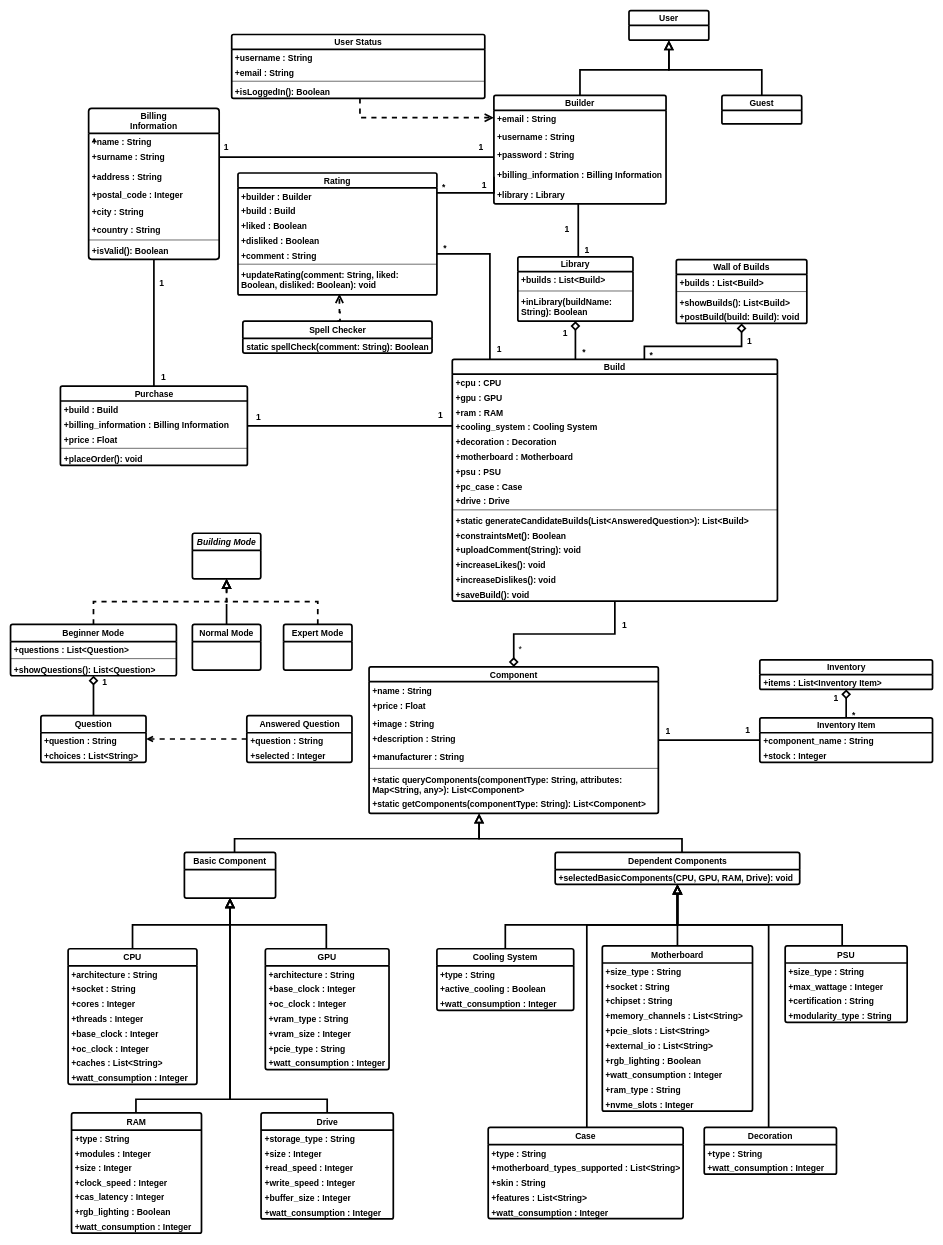
Above: Report Files/4ο Παραδοτέο/Class Diagram v1.0/class_diagram_v1.0.drawio in mpapasterg/click-n-build (draw.io), before the change. Source tidied: cells renumbered, new cells numbered last; positions are measured from the earlier drawing's top-left corner, leaving out a move shared by most shapes. Both pictures are drawn from the tidied source at 57%, with x=0, y=0 at pixel (10, 10).
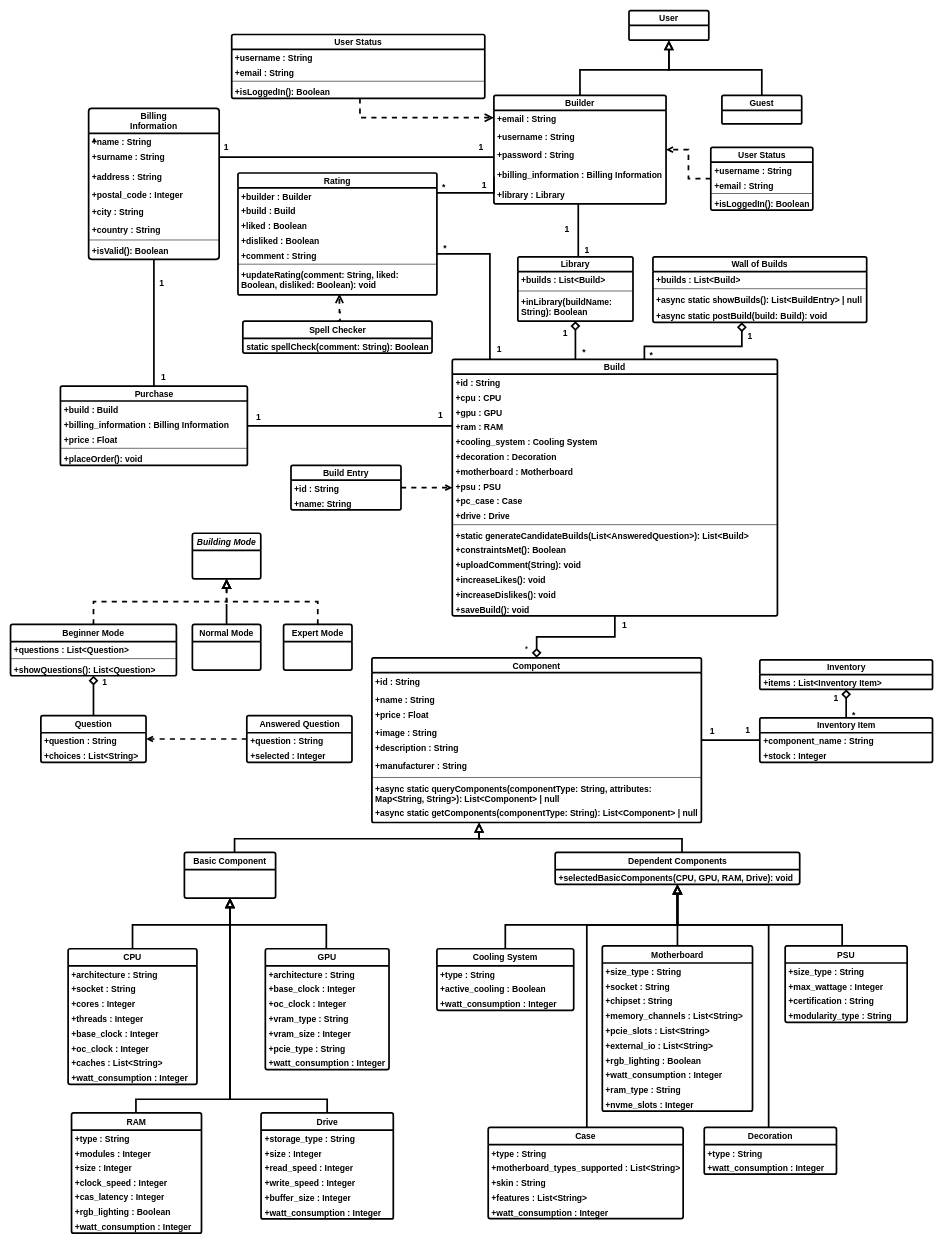
The same diagram, later.

The change refers to these unchanged cells:
```xml
<mxCell id="5" value="Builder" style="swimlane;fontStyle=1;horizontal=1;startSize=26;fillColor=none;whiteSpace=wrap;html=1;rounded=1;shadow=0;dashed=0;strokeColor=#000000;strokeWidth=3;align=center;verticalAlign=middle;arcSize=4;fontFamily=Helvetica;fontSize=15;fontColor=#000000;labelBorderColor=none;labelBackgroundColor=none;textShadow=0;" parent="1" vertex="1">
  <mxGeometry x="848" y="149" width="302" height="190" as="geometry" />
</mxCell>
```

The edit, as a diff of the source:
```diff
@@
     <mxCell id="35" value="Build" style="swimlane;fontStyle=1;horizontal=1;startSize=26;fillColor=none;whiteSpace=wrap;html=1;rounded=1;shadow=0;dashed=0;strokeColor=#000000;strokeWidth=3;align=center;verticalAlign=middle;arcSize=4;fontFamily=Helvetica;fontSize=15;fontColor=#000000;labelBorderColor=none;labelBackgroundColor=none;textShadow=0;" parent="1" vertex="1">
-      <mxGeometry x="775" y="612" width="570.4" height="424" as="geometry" />
+      <mxGeometry x="775" y="612" width="570.4" height="450" as="geometry" />
     </mxCell>
+    <mxCell id="212" value="+id : String" style="text;strokeColor=none;fillColor=none;align=left;verticalAlign=top;spacingLeft=4;spacingRight=4;overflow=hidden;whiteSpace=wrap;html=1;fontFamily=Helvetica;fontSize=15;fontColor=#000000;fontStyle=1;labelBorderColor=none;labelBackgroundColor=none;textShadow=0;" parent="35" vertex="1">
+      <mxGeometry y="26" width="570.4" height="26" as="geometry" />
+    </mxCell>
     <mxCell id="36" value="+cpu : CPU" style="text;strokeColor=none;fillColor=none;align=left;verticalAlign=top;spacingLeft=4;spacingRight=4;overflow=hidden;whiteSpace=wrap;html=1;fontFamily=Helvetica;fontSize=15;fontColor=#000000;fontStyle=1;labelBorderColor=none;labelBackgroundColor=none;textShadow=0;" parent="35" vertex="1">
-      <mxGeometry y="26" width="570.4" height="26" as="geometry" />
+      <mxGeometry y="52" width="570.4" height="26" as="geometry" />
     </mxCell>
     <mxCell id="37" value="+gpu : GPU" style="text;strokeColor=none;fillColor=none;align=left;verticalAlign=top;spacingLeft=4;spacingRight=4;overflow=hidden;whiteSpace=wrap;html=1;fontFamily=Helvetica;fontSize=15;fontColor=#000000;fontStyle=1;labelBorderColor=none;labelBackgroundColor=none;textShadow=0;" parent="35" vertex="1">
-      <mxGeometry y="52" width="570.4" height="26" as="geometry" />
+      <mxGeometry y="78" width="570.4" height="26" as="geometry" />
     </mxCell>
     <mxCell id="38" value="+ram : RAM" style="text;strokeColor=none;fillColor=none;align=left;verticalAlign=top;spacingLeft=4;spacingRight=4;overflow=hidden;whiteSpace=wrap;html=1;fontFamily=Helvetica;fontSize=15;fontColor=#000000;fontStyle=1;labelBorderColor=none;labelBackgroundColor=none;textShadow=0;" parent="35" vertex="1">
-      <mxGeometry y="78" width="570.4" height="26" as="geometry" />
+      <mxGeometry y="104" width="570.4" height="26" as="geometry" />
     </mxCell>
     <mxCell id="39" value="+cooling_system : Cooling System" style="text;strokeColor=none;fillColor=none;align=left;verticalAlign=top;spacingLeft=4;spacingRight=4;overflow=hidden;whiteSpace=wrap;html=1;fontFamily=Helvetica;fontSize=15;fontColor=#000000;fontStyle=1;labelBorderColor=none;labelBackgroundColor=none;textShadow=0;" parent="35" vertex="1">
-      <mxGeometry y="104" width="570.4" height="26" as="geometry" />
+      <mxGeometry y="130" width="570.4" height="26" as="geometry" />
     </mxCell>
     <mxCell id="40" value="+decoration : Decoration" style="text;strokeColor=none;fillColor=none;align=left;verticalAlign=top;spacingLeft=4;spacingRight=4;overflow=hidden;whiteSpace=wrap;html=1;fontFamily=Helvetica;fontSize=15;fontColor=#000000;fontStyle=1;labelBorderColor=none;labelBackgroundColor=none;textShadow=0;" parent="35" vertex="1">
-      <mxGeometry y="130" width="570.4" height="26" as="geometry" />
+      <mxGeometry y="156" width="570.4" height="26" as="geometry" />
     </mxCell>
     <mxCell id="41" value="+motherboard : Motherboard" style="text;strokeColor=none;fillColor=none;align=left;verticalAlign=top;spacingLeft=4;spacingRight=4;overflow=hidden;whiteSpace=wrap;html=1;fontFamily=Helvetica;fontSize=15;fontColor=#000000;fontStyle=1;labelBorderColor=none;labelBackgroundColor=none;textShadow=0;" parent="35" vertex="1">
-      <mxGeometry y="156" width="570.4" height="26" as="geometry" />
+      <mxGeometry y="182" width="570.4" height="26" as="geometry" />
     </mxCell>
     <mxCell id="42" value="+psu : PSU" style="text;strokeColor=none;fillColor=none;align=left;verticalAlign=top;spacingLeft=4;spacingRight=4;overflow=hidden;whiteSpace=wrap;html=1;fontFamily=Helvetica;fontSize=15;fontColor=#000000;fontStyle=1;labelBorderColor=none;labelBackgroundColor=none;textShadow=0;" parent="35" vertex="1">
-      <mxGeometry y="182" width="570.4" height="26" as="geometry" />
+      <mxGeometry y="208" width="570.4" height="26" as="geometry" />
     </mxCell>
     <mxCell id="43" value="+pc_case : Case" style="text;strokeColor=none;fillColor=none;align=left;verticalAlign=top;spacingLeft=4;spacingRight=4;overflow=hidden;whiteSpace=wrap;html=1;fontFamily=Helvetica;fontSize=15;fontColor=#000000;fontStyle=1;labelBorderColor=none;labelBackgroundColor=none;textShadow=0;" parent="35" vertex="1">
-      <mxGeometry y="208" width="570.4" height="26" as="geometry" />
+      <mxGeometry y="234" width="570.4" height="26" as="geometry" />
     </mxCell>
     <mxCell id="44" value="+drive : Drive" style="text;strokeColor=none;fillColor=none;align=left;verticalAlign=top;spacingLeft=4;spacingRight=4;overflow=hidden;whiteSpace=wrap;html=1;fontFamily=Helvetica;fontSize=15;fontColor=#000000;fontStyle=1;labelBorderColor=none;labelBackgroundColor=none;textShadow=0;" parent="35" vertex="1">
-      <mxGeometry y="234" width="570.4" height="26" as="geometry" />
+      <mxGeometry y="260" width="570.4" height="26" as="geometry" />
     </mxCell>
     <mxCell id="45" style="line;strokeWidth=1;fillColor=none;align=left;verticalAlign=middle;spacingTop=-1;spacingLeft=3;spacingRight=3;labelPosition=right;strokeColor=inherit;" parent="35" vertex="1">
-      <mxGeometry y="260" width="570.4" height="8" as="geometry" />
+      <mxGeometry y="286" width="570.4" height="8" as="geometry" />
     </mxCell>
     <mxCell id="46" value="+static generateCandidateBuilds(List&amp;lt;AnsweredQuestion&amp;gt;): List&amp;lt;Build&amp;gt;" style="text;strokeColor=none;fillColor=none;align=left;verticalAlign=top;spacingLeft=4;spacingRight=4;overflow=hidden;whiteSpace=wrap;html=1;fontFamily=Helvetica;fontSize=15;fontColor=#000000;fontStyle=1;labelBorderColor=none;labelBackgroundColor=none;textShadow=0;" parent="35" vertex="1">
-      <mxGeometry y="268" width="570.4" height="26" as="geometry" />
+      <mxGeometry y="294" width="570.4" height="26" as="geometry" />
     </mxCell>
     <mxCell id="47" value="+constraintsMet(): Boolean" style="text;strokeColor=none;fillColor=none;align=left;verticalAlign=top;spacingLeft=4;spacingRight=4;overflow=hidden;whiteSpace=wrap;html=1;fontFamily=Helvetica;fontSize=15;fontColor=#000000;fontStyle=1;labelBorderColor=none;labelBackgroundColor=none;textShadow=0;" parent="35" vertex="1">
-      <mxGeometry y="294" width="570.4" height="26" as="geometry" />
+      <mxGeometry y="320" width="570.4" height="26" as="geometry" />
     </mxCell>
     <mxCell id="48" value="+uploadComment(String): void" style="text;strokeColor=none;fillColor=none;align=left;verticalAlign=top;spacingLeft=4;spacingRight=4;overflow=hidden;whiteSpace=wrap;html=1;fontFamily=Helvetica;fontSize=15;fontColor=#000000;fontStyle=1;labelBorderColor=none;labelBackgroundColor=none;textShadow=0;" parent="35" vertex="1">
-      <mxGeometry y="320" width="570.4" height="26" as="geometry" />
+      <mxGeometry y="346" width="570.4" height="26" as="geometry" />
     </mxCell>
     <mxCell id="49" value="+increaseLikes(): void" style="text;strokeColor=none;fillColor=none;align=left;verticalAlign=top;spacingLeft=4;spacingRight=4;overflow=hidden;whiteSpace=wrap;html=1;fontFamily=Helvetica;fontSize=15;fontColor=#000000;fontStyle=1;labelBorderColor=none;labelBackgroundColor=none;textShadow=0;" parent="35" vertex="1">
-      <mxGeometry y="346" width="570.4" height="26" as="geometry" />
+      <mxGeometry y="372" width="570.4" height="26" as="geometry" />
     </mxCell>
     <mxCell id="50" value="+increaseDislikes(): void" style="text;strokeColor=none;fillColor=none;align=left;verticalAlign=top;spacingLeft=4;spacingRight=4;overflow=hidden;whiteSpace=wrap;html=1;fontFamily=Helvetica;fontSize=15;fontColor=#000000;fontStyle=1;labelBorderColor=none;labelBackgroundColor=none;textShadow=0;" parent="35" vertex="1">
-      <mxGeometry y="372" width="570.4" height="26" as="geometry" />
+      <mxGeometry y="398" width="570.4" height="26" as="geometry" />
     </mxCell>
     <mxCell id="51" value="+saveBuild(): void" style="text;strokeColor=none;fillColor=none;align=left;verticalAlign=top;spacingLeft=4;spacingRight=4;overflow=hidden;whiteSpace=wrap;html=1;fontFamily=Helvetica;fontSize=15;fontColor=#000000;fontStyle=1;labelBorderColor=none;labelBackgroundColor=none;textShadow=0;" parent="35" vertex="1">
-      <mxGeometry y="398" width="570.4" height="26" as="geometry" />
+      <mxGeometry y="424" width="570.4" height="26" as="geometry" />
     </mxCell>
@@
     <mxCell id="53" value="Component" style="swimlane;fontStyle=1;horizontal=1;startSize=26;fillColor=none;whiteSpace=wrap;html=1;rounded=1;shadow=0;dashed=0;strokeColor=#000000;strokeWidth=3;align=center;verticalAlign=middle;arcSize=4;fontFamily=Helvetica;fontSize=15;fontColor=#000000;labelBorderColor=none;labelBackgroundColor=none;textShadow=0;" parent="1" vertex="1">
-      <mxGeometry x="629" y="1151.5" width="507.5" height="257" as="geometry" />
+      <mxGeometry x="634" y="1135.5" width="578" height="289" as="geometry" />
     </mxCell>
+    <mxCell id="213" value="+id : String" style="text;strokeColor=none;fillColor=none;align=left;verticalAlign=top;spacingLeft=4;spacingRight=4;overflow=hidden;whiteSpace=wrap;html=1;fontFamily=Helvetica;fontSize=15;fontColor=#000000;fontStyle=1;labelBorderColor=none;labelBackgroundColor=none;textShadow=0;" parent="53" vertex="1">
+      <mxGeometry y="26" width="578" height="32" as="geometry" />
+    </mxCell>
     <mxCell id="54" value="+name : String" style="text;strokeColor=none;fillColor=none;align=left;verticalAlign=top;spacingLeft=4;spacingRight=4;overflow=hidden;whiteSpace=wrap;html=1;fontFamily=Helvetica;fontSize=15;fontColor=#000000;fontStyle=1;labelBorderColor=none;labelBackgroundColor=none;textShadow=0;" parent="53" vertex="1">
-      <mxGeometry y="26" width="507.5" height="26" as="geometry" />
+      <mxGeometry y="58" width="578" height="26" as="geometry" />
     </mxCell>
     <mxCell id="55" value="+price : Float" style="text;strokeColor=none;fillColor=none;align=left;verticalAlign=top;spacingLeft=4;spacingRight=4;overflow=hidden;whiteSpace=wrap;html=1;fontFamily=Helvetica;fontSize=15;fontColor=#000000;fontStyle=1;labelBorderColor=none;labelBackgroundColor=none;textShadow=0;" parent="53" vertex="1">
-      <mxGeometry y="52" width="507.5" height="32" as="geometry" />
+      <mxGeometry y="84" width="578" height="32" as="geometry" />
     </mxCell>
     <mxCell id="56" value="+image : String" style="text;strokeColor=none;fillColor=none;align=left;verticalAlign=top;spacingLeft=4;spacingRight=4;overflow=hidden;whiteSpace=wrap;html=1;fontFamily=Helvetica;fontSize=15;fontColor=#000000;fontStyle=1;labelBorderColor=none;labelBackgroundColor=none;textShadow=0;" parent="53" vertex="1">
-      <mxGeometry y="84" width="507.5" height="26" as="geometry" />
+      <mxGeometry y="116" width="578" height="26" as="geometry" />
     </mxCell>
     <mxCell id="57" value="+description : String" style="text;strokeColor=none;fillColor=none;align=left;verticalAlign=top;spacingLeft=4;spacingRight=4;overflow=hidden;whiteSpace=wrap;html=1;fontFamily=Helvetica;fontSize=15;fontColor=#000000;fontStyle=1;labelBorderColor=none;labelBackgroundColor=none;textShadow=0;" parent="53" vertex="1">
-      <mxGeometry y="110" width="507.5" height="32" as="geometry" />
+      <mxGeometry y="142" width="578" height="32" as="geometry" />
     </mxCell>
     <mxCell id="58" value="+manufacturer : String" style="text;strokeColor=none;fillColor=none;align=left;verticalAlign=top;spacingLeft=4;spacingRight=4;overflow=hidden;whiteSpace=wrap;html=1;fontFamily=Helvetica;fontSize=15;fontColor=#000000;fontStyle=1;labelBorderColor=none;labelBackgroundColor=none;textShadow=0;" parent="53" vertex="1">
-      <mxGeometry y="142" width="507.5" height="32" as="geometry" />
+      <mxGeometry y="174" width="578" height="32" as="geometry" />
     </mxCell>
     <mxCell id="59" style="line;strokeWidth=1;fillColor=none;align=left;verticalAlign=middle;spacingTop=-1;spacingLeft=3;spacingRight=3;labelPosition=right;strokeColor=inherit;" parent="53" vertex="1">
-      <mxGeometry y="174" width="507.5" height="8" as="geometry" />
+      <mxGeometry y="206" width="578" height="8" as="geometry" />
     </mxCell>
-    <mxCell id="60" value="+static queryComponents(componentType: String, attributes: Map&amp;lt;String, any&amp;gt;): List&amp;lt;Component&amp;gt;" style="text;strokeColor=none;fillColor=none;align=left;verticalAlign=top;spacingLeft=4;spacingRight=4;overflow=hidden;whiteSpace=wrap;html=1;fontFamily=Helvetica;fontSize=15;fontColor=#000000;fontStyle=1;labelBorderColor=none;labelBackgroundColor=none;textShadow=0;" parent="53" vertex="1">
-      <mxGeometry y="182" width="507.5" height="43" as="geometry" />
+    <mxCell id="60" value="+async static queryComponents(componentType: String, attributes: Map&amp;lt;String, String&amp;gt;): List&amp;lt;Component&amp;gt; | null" style="text;strokeColor=none;fillColor=none;align=left;verticalAlign=top;spacingLeft=4;spacingRight=4;overflow=hidden;whiteSpace=wrap;html=1;fontFamily=Helvetica;fontSize=15;fontColor=#000000;fontStyle=1;labelBorderColor=none;labelBackgroundColor=none;textShadow=0;" parent="53" vertex="1">
+      <mxGeometry y="214" width="578" height="43" as="geometry" />
     </mxCell>
-    <mxCell id="61" value="+static getComponents(componentType: String): List&amp;lt;Component&amp;gt;" style="text;strokeColor=none;fillColor=none;align=left;verticalAlign=top;spacingLeft=4;spacingRight=4;overflow=hidden;whiteSpace=wrap;html=1;fontFamily=Helvetica;fontSize=15;fontColor=#000000;fontStyle=1;labelBorderColor=none;labelBackgroundColor=none;textShadow=0;" parent="53" vertex="1">
-      <mxGeometry y="225" width="507.5" height="32" as="geometry" />
+    <mxCell id="61" value="+async static getComponents(componentType: String): List&amp;lt;Component&amp;gt; | null" style="text;strokeColor=none;fillColor=none;align=left;verticalAlign=top;spacingLeft=4;spacingRight=4;overflow=hidden;whiteSpace=wrap;html=1;fontFamily=Helvetica;fontSize=15;fontColor=#000000;fontStyle=1;labelBorderColor=none;labelBackgroundColor=none;textShadow=0;" parent="53" vertex="1">
+      <mxGeometry y="257" width="578" height="32" as="geometry" />
     </mxCell>
@@
     <mxCell id="141" value="Wall of Builds" style="swimlane;fontStyle=1;horizontal=1;startSize=26;fillColor=none;whiteSpace=wrap;html=1;rounded=1;shadow=0;dashed=0;strokeColor=#000000;strokeWidth=3;align=center;verticalAlign=middle;arcSize=4;fontFamily=Helvetica;fontSize=15;fontColor=#000000;labelBorderColor=none;labelBackgroundColor=none;textShadow=0;" parent="1" vertex="1">
-      <mxGeometry x="1168" y="437" width="229" height="112" as="geometry" />
+      <mxGeometry x="1127" y="432" width="375" height="115" as="geometry" />
     </mxCell>
     <mxCell id="142" value="+builds : List&amp;lt;Build&amp;gt;" style="text;strokeColor=none;fillColor=none;align=left;verticalAlign=top;spacingLeft=4;spacingRight=4;overflow=hidden;whiteSpace=wrap;html=1;fontFamily=Helvetica;fontSize=15;fontColor=#000000;fontStyle=1;labelBorderColor=none;labelBackgroundColor=none;textShadow=0;" parent="141" vertex="1">
-      <mxGeometry y="26" width="229" height="26" as="geometry" />
+      <mxGeometry y="26" width="375" height="26" as="geometry" />
     </mxCell>
     <mxCell id="143" style="line;strokeWidth=1;fillColor=none;align=left;verticalAlign=middle;spacingTop=-1;spacingLeft=3;spacingRight=3;labelPosition=right;strokeColor=inherit;" parent="141" vertex="1">
-      <mxGeometry y="52" width="229" height="8" as="geometry" />
+      <mxGeometry y="52" width="375" height="8" as="geometry" />
     </mxCell>
-    <mxCell id="144" value="+showBuilds(): List&amp;lt;Build&amp;gt;" style="text;strokeColor=none;fillColor=none;align=left;verticalAlign=top;spacingLeft=4;spacingRight=4;overflow=hidden;whiteSpace=wrap;html=1;fontFamily=Helvetica;fontSize=15;fontColor=#000000;fontStyle=1;labelBorderColor=none;labelBackgroundColor=none;textShadow=0;" parent="141" vertex="1">
-      <mxGeometry y="60" width="229" height="26" as="geometry" />
+    <mxCell id="144" value="+async static showBuilds(): List&amp;lt;BuildEntry&amp;gt; | null" style="text;strokeColor=none;fillColor=none;align=left;verticalAlign=top;spacingLeft=4;spacingRight=4;overflow=hidden;whiteSpace=wrap;html=1;fontFamily=Helvetica;fontSize=15;fontColor=#000000;fontStyle=1;labelBorderColor=none;labelBackgroundColor=none;textShadow=0;" parent="141" vertex="1">
+      <mxGeometry y="60" width="375" height="29" as="geometry" />
     </mxCell>
-    <mxCell id="145" value="+postBuild(build: Build): void" style="text;strokeColor=none;fillColor=none;align=left;verticalAlign=top;spacingLeft=4;spacingRight=4;overflow=hidden;whiteSpace=wrap;html=1;fontFamily=Helvetica;fontSize=15;fontColor=#000000;fontStyle=1;labelBorderColor=none;labelBackgroundColor=none;textShadow=0;" parent="141" vertex="1">
-      <mxGeometry y="86" width="229" height="26" as="geometry" />
+    <mxCell id="145" value="+async static postBuild(build: Build): void" style="text;strokeColor=none;fillColor=none;align=left;verticalAlign=top;spacingLeft=4;spacingRight=4;overflow=hidden;whiteSpace=wrap;html=1;fontFamily=Helvetica;fontSize=15;fontColor=#000000;fontStyle=1;labelBorderColor=none;labelBackgroundColor=none;textShadow=0;" parent="141" vertex="1">
+      <mxGeometry y="89" width="375" height="26" as="geometry" />
     </mxCell>
@@
     <mxCell id="164" value="1" style="edgeLabel;html=1;align=center;verticalAlign=middle;fontSize=15;labelBackgroundColor=none;textShadow=0;labelBorderColor=none;fontColor=#000000;fontStyle=1;" parent="1" vertex="1">
-      <mxGeometry x="1130" y="1284" as="geometry">
+      <mxGeometry x="1208" y="1284" as="geometry">
         <mxPoint x="22" y="-22" as="offset" />
       </mxGeometry>
     </mxCell>
@@
     <mxCell id="181" value="1" style="edgeLabel;html=1;align=center;verticalAlign=middle;fontSize=15;labelBackgroundColor=none;textShadow=0;labelBorderColor=none;fontColor=#000000;fontStyle=1;" parent="1" vertex="1">
-      <mxGeometry x="1311" y="580" as="geometry">
+      <mxGeometry x="1312" y="570" as="geometry">
         <mxPoint x="-16" y="-1" as="offset" />
       </mxGeometry>
     </mxCell>
@@
     <mxCell id="192" value="*" style="edgeLabel;html=1;align=center;verticalAlign=middle;fontSize=15;labelBackgroundColor=none;textShadow=0;labelBorderColor=none;fontColor=#000000;fontStyle=0;" parent="1" vertex="1">
-      <mxGeometry x="918" y="1114" as="geometry">
+      <mxGeometry x="929" y="1114" as="geometry">
         <mxPoint x="-25" y="4" as="offset" />
       </mxGeometry>
     </mxCell>
@@
+    <mxCell id="214" style="edgeStyle=orthogonalEdgeStyle;rounded=0;jettySize=auto;html=1;strokeColor=#000000;strokeWidth=3;dashed=1;endArrow=open;endFill=0;" parent="1" edge="1" source="215" target="35">
+      <mxGeometry relative="1" as="geometry" />
+    </mxCell>
+    <mxCell id="215" value="Build Entry" style="swimlane;fontStyle=1;horizontal=1;startSize=26;fillColor=none;whiteSpace=wrap;html=1;rounded=1;shadow=0;dashed=0;strokeColor=#000000;strokeWidth=3;align=center;verticalAlign=middle;arcSize=4;fontFamily=Helvetica;fontSize=15;fontColor=#000000;labelBorderColor=none;labelBackgroundColor=none;textShadow=0;" parent="1" vertex="1">
+      <mxGeometry x="492" y="798" width="193" height="78" as="geometry" />
+    </mxCell>
+    <mxCell id="216" value="+id : String" style="text;strokeColor=none;fillColor=none;align=left;verticalAlign=top;spacingLeft=4;spacingRight=4;overflow=hidden;whiteSpace=wrap;html=1;fontFamily=Helvetica;fontSize=15;fontColor=#000000;fontStyle=1;labelBorderColor=none;labelBackgroundColor=none;textShadow=0;" parent="215" vertex="1">
+      <mxGeometry y="26" width="193" height="26" as="geometry" />
+    </mxCell>
+    <mxCell id="217" value="+name: String" style="text;strokeColor=none;fillColor=none;align=left;verticalAlign=top;spacingLeft=4;spacingRight=4;overflow=hidden;whiteSpace=wrap;html=1;fontFamily=Helvetica;fontSize=15;fontColor=#000000;fontStyle=1;labelBorderColor=none;labelBackgroundColor=none;textShadow=0;" parent="215" vertex="1">
+      <mxGeometry y="52" width="193" height="26" as="geometry" />
+    </mxCell>
+    <mxCell id="218" style="edgeStyle=orthogonalEdgeStyle;rounded=0;jettySize=auto;html=1;strokeColor=#000000;strokeWidth=3;dashed=1;endArrow=open;endFill=0;" parent="1" edge="1" source="219" target="5">
+      <mxGeometry relative="1" as="geometry" />
+    </mxCell>
+    <mxCell id="219" value="User Status" style="swimlane;fontStyle=1;horizontal=1;startSize=26;fillColor=none;whiteSpace=wrap;html=1;rounded=1;shadow=0;dashed=0;strokeColor=#000000;strokeWidth=3;align=center;verticalAlign=middle;arcSize=4;fontFamily=Helvetica;fontSize=15;fontColor=#000000;labelBorderColor=none;labelBackgroundColor=none;textShadow=0;" parent="1" vertex="1">
+      <mxGeometry x="1228.5" y="240" width="179" height="110" as="geometry" />
+    </mxCell>
+    <mxCell id="220" value="+username : String" style="text;strokeColor=none;fillColor=none;align=left;verticalAlign=top;spacingLeft=4;spacingRight=4;overflow=hidden;whiteSpace=wrap;html=1;fontFamily=Helvetica;fontSize=15;fontColor=#000000;fontStyle=1;labelBorderColor=none;labelBackgroundColor=none;textShadow=0;" parent="219" vertex="1">
+      <mxGeometry y="26" width="179" height="26" as="geometry" />
+    </mxCell>
+    <mxCell id="221" value="+email : String" style="text;strokeColor=none;fillColor=none;align=left;verticalAlign=top;spacingLeft=4;spacingRight=4;overflow=hidden;whiteSpace=wrap;html=1;fontFamily=Helvetica;fontSize=15;fontColor=#000000;fontStyle=1;labelBorderColor=none;labelBackgroundColor=none;textShadow=0;" parent="219" vertex="1">
+      <mxGeometry y="52" width="179" height="26" as="geometry" />
+    </mxCell>
+    <mxCell id="222" style="line;strokeWidth=1;fillColor=none;align=left;verticalAlign=middle;spacingTop=-1;spacingLeft=3;spacingRight=3;labelPosition=right;strokeColor=inherit;" parent="219" vertex="1">
+      <mxGeometry y="78" width="179" height="6" as="geometry" />
+    </mxCell>
+    <mxCell id="223" value="+isLoggedIn(): Boolean" style="text;strokeColor=none;fillColor=none;align=left;verticalAlign=top;spacingLeft=4;spacingRight=4;overflow=hidden;whiteSpace=wrap;html=1;fontFamily=Helvetica;fontSize=15;fontColor=#000000;fontStyle=1;labelBorderColor=none;labelBackgroundColor=none;textShadow=0;" parent="219" vertex="1">
+      <mxGeometry y="84" width="179" height="26" as="geometry" />
+    </mxCell>
```
